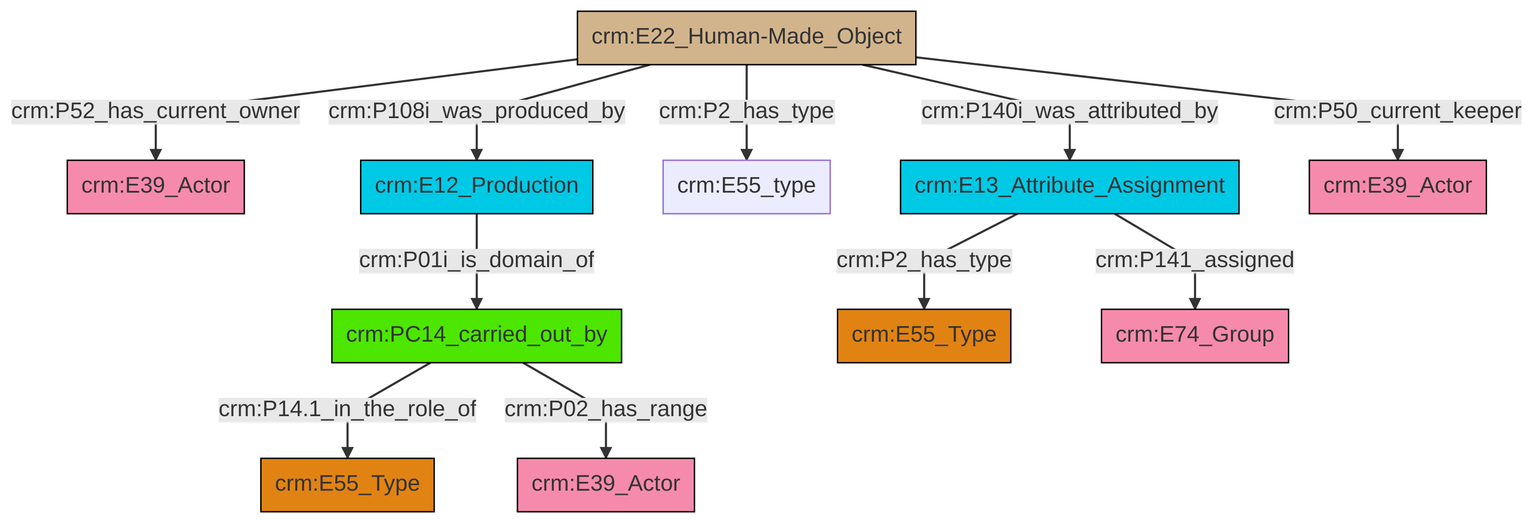
The Mermaid diagram et/artworkCSV/ttl/mmd/png/Artwork_Actor_Relations.png in swiss-art-research-net/reference-data-models, before a commit. Its source is kept beside it as et/artworkCSV/ttl/mmd/Artwork_Actor_Relations.ttl.mmd.
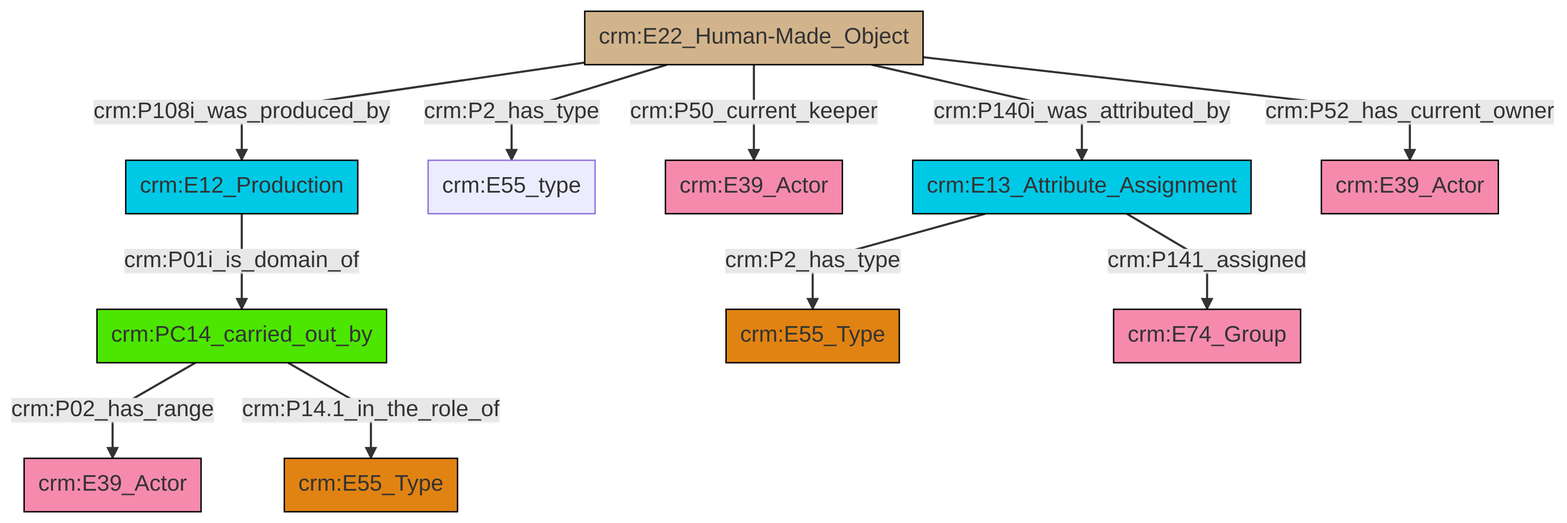
After the commit.

What changed in the source:
```diff
@@ -13,13 +13,13 @@
 classDef PC_Classes fill:#4ce600, stroke:#000000;
 classDef Multi fill:#cccccc,stroke:#000000;
 
-0["crm:PC14_carried_out_by"]:::PC_Classes -->|crm:P14.1_in_the_role_of| 1["crm:E55_Type"]:::Type
-0["crm:PC14_carried_out_by"]:::PC_Classes -->|crm:P02_has_range| 2["crm:E39_Actor"]:::Actor
-3["crm:E22_Human-Made_Object"]:::Physical_Thing -->|crm:P52_has_current_owner| 4["crm:E39_Actor"]:::Actor
-6["crm:E12_Production"]:::Temporal_Entity -->|crm:P01i_is_domain_of| 0["crm:PC14_carried_out_by"]:::PC_Classes
-3["crm:E22_Human-Made_Object"]:::Physical_Thing -->|crm:P2_has_type| 8["crm:E55_type"]:::Default
-9["crm:E13_Attribute_Assignment"]:::Temporal_Entity -->|crm:P2_has_type| 10["crm:E55_Type"]:::Type
-3["crm:E22_Human-Made_Object"]:::Physical_Thing -->|crm:P108i_was_produced_by| 6["crm:E12_Production"]:::Temporal_Entity
-3["crm:E22_Human-Made_Object"]:::Physical_Thing -->|crm:P50_current_keeper| 13["crm:E39_Actor"]:::Actor
-3["crm:E22_Human-Made_Object"]:::Physical_Thing -->|crm:P140i_was_attributed_by| 9["crm:E13_Attribute_Assignment"]:::Temporal_Entity
-9["crm:E13_Attribute_Assignment"]:::Temporal_Entity -->|crm:P141_assigned| 20["crm:E74_Group"]:::Actor
+2["crm:PC14_carried_out_by"]:::PC_Classes -->|crm:P02_has_range| 3["crm:E39_Actor"]:::Actor
+4["crm:E13_Attribute_Assignment"]:::Temporal_Entity -->|crm:P2_has_type| 5["crm:E55_Type"]:::Type
+2["crm:PC14_carried_out_by"]:::PC_Classes -->|crm:P14.1_in_the_role_of| 0["crm:E55_Type"]:::Type
+13["crm:E22_Human-Made_Object"]:::Physical_Thing -->|crm:P52_has_current_owner| 14["crm:E39_Actor"]:::Actor
+13["crm:E22_Human-Made_Object"]:::Physical_Thing -->|crm:P108i_was_produced_by| 11["crm:E12_Production"]:::Temporal_Entity
+13["crm:E22_Human-Made_Object"]:::Physical_Thing -->|crm:P2_has_type| 6["crm:E55_type"]:::Default
+11["crm:E12_Production"]:::Temporal_Entity -->|crm:P01i_is_domain_of| 2["crm:PC14_carried_out_by"]:::PC_Classes
+13["crm:E22_Human-Made_Object"]:::Physical_Thing -->|crm:P50_current_keeper| 8["crm:E39_Actor"]:::Actor
+4["crm:E13_Attribute_Assignment"]:::Temporal_Entity -->|crm:P141_assigned| 19["crm:E74_Group"]:::Actor
+13["crm:E22_Human-Made_Object"]:::Physical_Thing -->|crm:P140i_was_attributed_by| 4["crm:E13_Attribute_Assignment"]:::Temporal_Entity
```
